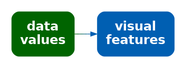
Before: Diagrams/data-vis.png, a diagram exported from Graphviz (pmur002/hdvw). Its source is kept beside it as Diagrams/data-vis.dot.
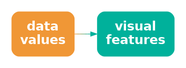
Above is the later version.

Diff of the diagram source:
```diff
@@ -1,8 +1,8 @@
 digraph {
   graph [ rankdir=LR; margin=.2; nodesep=.5 ];
   node [ fontsize=20; fontname="sans bold"; margin=.2 ];
-  data [ label="data\nvalues"; shape=box; style="filled, rounded"; penwidth=0; fontcolor=white; fillcolor="#006400" ]
+  data [ label="data\nvalues"; shape=box; style="filled, rounded"; penwidth=0; fontcolor=white; fillcolor="#F09736" ]
   vis [ label="visual\nfeatures"; shape=box;
-     style="filled, rounded"; penwidth=0; fontcolor=white; fillcolor="#005FB2" ]
-  data -> vis [ color="#006400;0.1:#006314;0.1:#006328;0.1:#00623B;0.1:#00624F;0.1:#006163;0.1:#006177;0.1:#00608A;0.1:#00609E;0.1:#005FB2;0.1" ]
+     style="filled, rounded"; penwidth=0; fontcolor=white; fillcolor="#00B19B" ]
+  data -> vis [ color="#F09736;0.1:#D59A41;0.1:#BB9D4C;0.1:#A0A058;0.1:#85A363;0.1:#6BA56E;0.1:#50A879;0.1:#35AB85;0.1:#1BAE90;0.1:#00B19B;0.1" ]
 }
```
